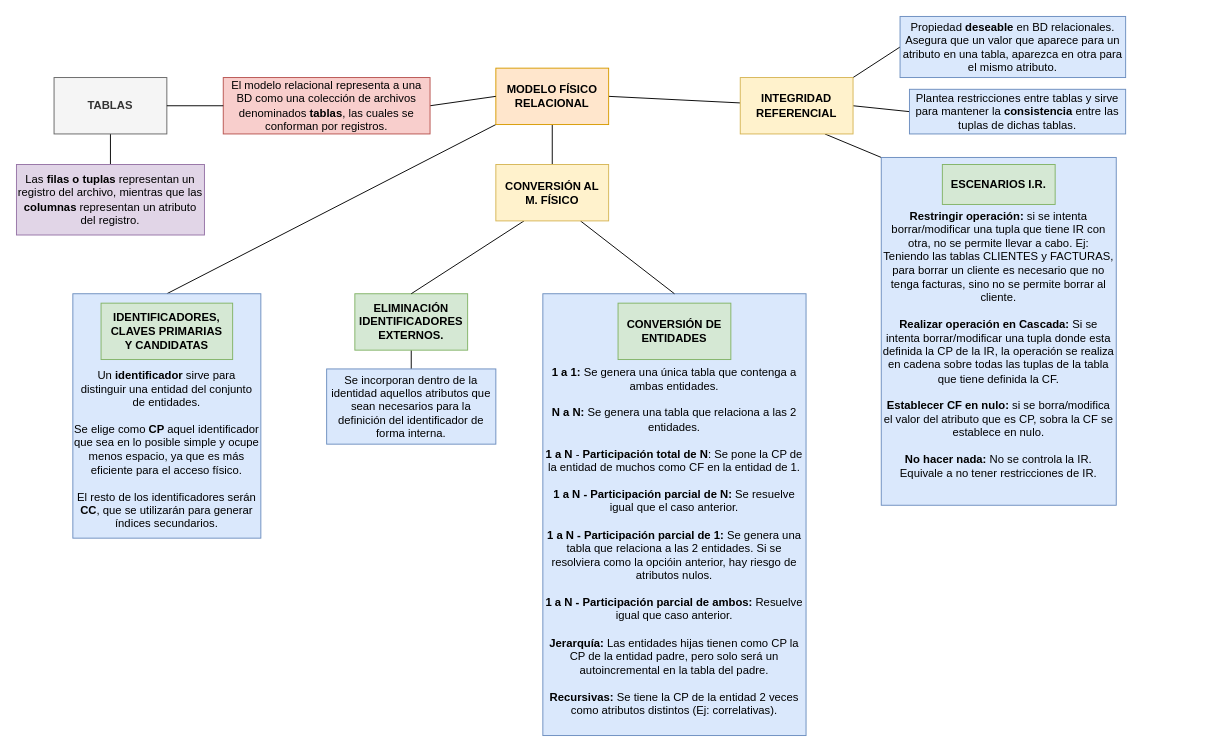
The draw.io diagram page "Modelo Físico" (4 of 8) of Diagrama-resumen.drawio in senras/DBD, before the edit. Source tidied: cells renumbered, new cells numbered last; positions are measured from the earlier drawing's top-left corner, leaving out a move shared by most shapes. Both pictures are drawn from the tidied source at 94%, with x=0, y=0 at pixel (16, 16).
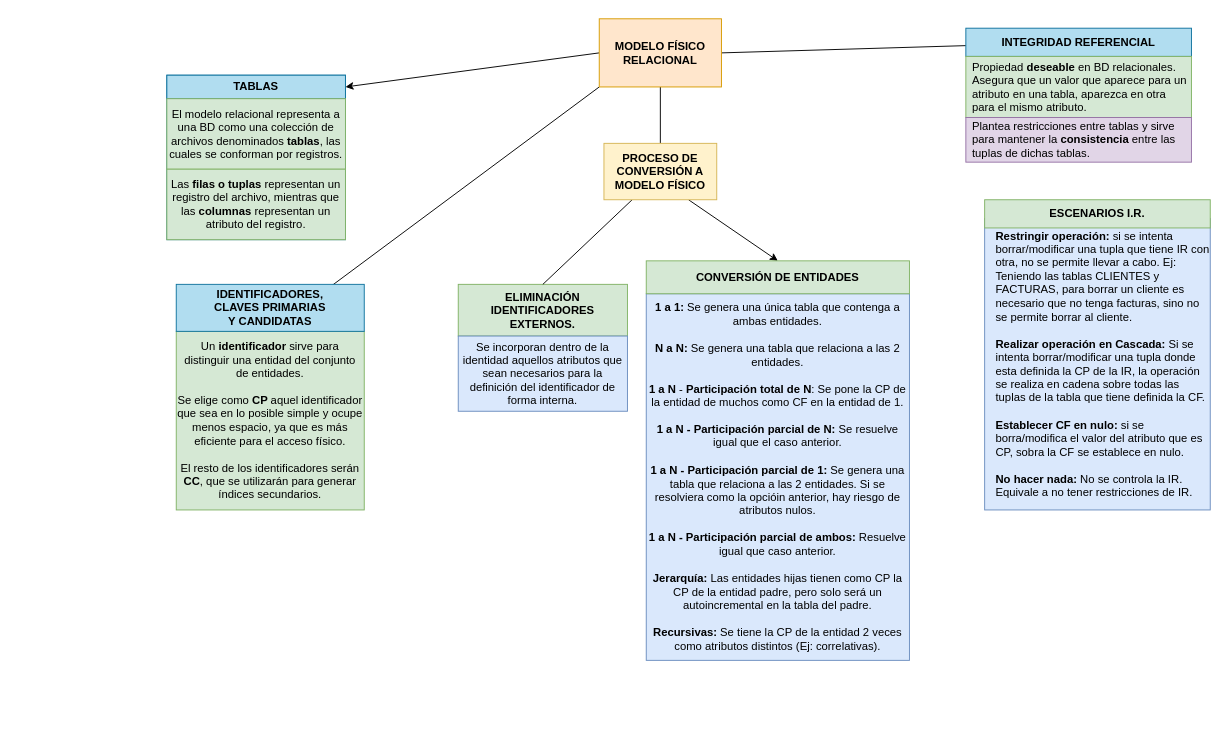
The same page after the edit.

The edit, as a diff of the source:
```diff
@@
-    <mxCell id="2" value="&lt;b&gt;&lt;br&gt;&lt;br&gt;&lt;br&gt;&lt;br&gt;1 a 1: &lt;/b&gt;Se genera una única tabla que contenga a ambas entidades.&lt;br&gt;&lt;br&gt;&lt;b&gt;N a N:&lt;/b&gt;&amp;nbsp;Se genera una tabla que relaciona a las 2 entidades.&lt;br&gt;&lt;br&gt;&lt;b&gt;1 a N &lt;/b&gt;- &lt;b&gt;Participación total de N&lt;/b&gt;: Se pone la CP de la entidad de muchos como CF en la entidad de 1.&lt;br&gt;&lt;br&gt;&lt;b&gt;1 a N - Participación parcial de N:&lt;/b&gt;&amp;nbsp;Se resuelve igual que el caso anterior.&lt;br&gt;&lt;br&gt;&lt;b&gt;1 a N - Participación parcial de 1:&amp;nbsp;&lt;/b&gt;Se genera una tabla que relaciona a las 2 entidades. Si se resolviera como la opcióin anterior, hay riesgo de atributos nulos.&lt;br&gt;&lt;br&gt;&lt;b&gt;1 a N - Participación parcial de ambos: &lt;/b&gt;Resuelve igual que caso anterior.&lt;br&gt;&lt;br&gt;&lt;b&gt;Jerarquía: &lt;/b&gt;Las entidades hijas tienen como CP la CP de la entidad padre, pero solo será un autoincremental en la tabla del padre.&lt;br&gt;&lt;br&gt;&lt;b&gt;Recursivas: &lt;/b&gt;Se tiene la CP de la entidad 2 veces como atributos distintos (Ej: correlativas)." style="rounded=0;whiteSpace=wrap;html=1;fillColor=#dae8fc;strokeColor=#6c8ebf;" parent="1" vertex="1">
-      <mxGeometry x="560" y="295" width="280" height="470" as="geometry" />
+    <mxCell id="2" value="&lt;b&gt;1 a 1: &lt;/b&gt;Se genera una única tabla que contenga a ambas entidades.&lt;br&gt;&lt;br&gt;&lt;b&gt;N a N:&lt;/b&gt;&amp;nbsp;Se genera una tabla que relaciona a las 2 entidades.&lt;br&gt;&lt;br&gt;&lt;b&gt;1 a N &lt;/b&gt;- &lt;b&gt;Participación total de N&lt;/b&gt;: Se pone la CP de la entidad de muchos como CF en la entidad de 1.&lt;br&gt;&lt;br&gt;&lt;b&gt;1 a N - Participación parcial de N:&lt;/b&gt;&amp;nbsp;Se resuelve igual que el caso anterior.&lt;br&gt;&lt;br&gt;&lt;b&gt;1 a N - Participación parcial de 1:&amp;nbsp;&lt;/b&gt;Se genera una tabla que relaciona a las 2 entidades. Si se resolviera como la opcióin anterior, hay riesgo de atributos nulos.&lt;br&gt;&lt;br&gt;&lt;b&gt;1 a N - Participación parcial de ambos: &lt;/b&gt;Resuelve igual que caso anterior.&lt;br&gt;&lt;br&gt;&lt;b&gt;Jerarquía: &lt;/b&gt;Las entidades hijas tienen como CP la CP de la entidad padre, pero solo será un autoincremental en la tabla del padre.&lt;br&gt;&lt;br&gt;&lt;b&gt;Recursivas: &lt;/b&gt;Se tiene la CP de la entidad 2 veces como atributos distintos (Ej: correlativas)." style="rounded=0;whiteSpace=wrap;html=1;fillColor=#dae8fc;strokeColor=#6c8ebf;" parent="1" vertex="1">
+      <mxGeometry x="670" y="295" width="280" height="390" as="geometry" />
     </mxCell>
@@
+    <mxCell id="30" style="rounded=0;jettySize=auto;html=1;exitX=0;exitY=0.5;exitDx=0;exitDy=0;entryX=1;entryY=0.5;entryDx=0;entryDy=0;" parent="1" edge="1" source="6" target="12">
+      <mxGeometry relative="1" as="geometry" />
+    </mxCell>
     <mxCell id="6" value="&lt;b&gt;MODELO FÍSICO RELACIONAL&lt;/b&gt;" style="rounded=0;whiteSpace=wrap;html=1;fillColor=#ffe6cc;strokeColor=#d79b00;" parent="1" vertex="1">
-      <mxGeometry x="510" y="55" width="120" height="60" as="geometry" />
+      <mxGeometry x="620" y="2.5" width="130" height="72.5" as="geometry" />
     </mxCell>
-    <mxCell id="7" style="edgeStyle=none;rounded=0;jettySize=auto;html=1;exitX=0.75;exitY=1;exitDx=0;exitDy=0;entryX=0;entryY=0;entryDx=0;entryDy=0;endArrow=none;endFill=0;" parent="1" edge="1" source="10" target="27">
-      <mxGeometry relative="1" as="geometry" />
-    </mxCell>
-    <mxCell id="8" style="edgeStyle=none;rounded=0;jettySize=auto;html=1;exitX=1;exitY=0;exitDx=0;exitDy=0;entryX=0;entryY=0.5;entryDx=0;entryDy=0;endArrow=none;endFill=0;" parent="1" edge="1" source="10" target="26">
-      <mxGeometry relative="1" as="geometry" />
-    </mxCell>
-    <mxCell id="9" style="edgeStyle=none;rounded=0;jettySize=auto;html=1;exitX=1;exitY=0.5;exitDx=0;exitDy=0;entryX=0;entryY=0.5;entryDx=0;entryDy=0;endArrow=none;endFill=0;" parent="1" edge="1" source="10" target="29">
-      <mxGeometry relative="1" as="geometry" />
-    </mxCell>
-    <mxCell id="10" value="&lt;b&gt;INTEGRIDAD REFERENCIAL&lt;/b&gt;" style="rounded=0;whiteSpace=wrap;html=1;fillColor=#fff2cc;strokeColor=#d6b656;" parent="1" vertex="1">
-      <mxGeometry x="770" y="65" width="120" height="60" as="geometry" />
+    <mxCell id="10" value="&lt;b&gt;INTEGRIDAD REFERENCIAL&lt;/b&gt;" style="rounded=0;whiteSpace=wrap;html=1;fillColor=#b1ddf0;strokeColor=#10739e;" parent="1" vertex="1">
+      <mxGeometry x="1010" y="12.5" width="240" height="30" as="geometry" />
     </mxCell>
-    <mxCell id="11" style="edgeStyle=none;rounded=0;jettySize=auto;html=1;exitX=0.5;exitY=1;exitDx=0;exitDy=0;endArrow=none;endFill=0;entryX=0.5;entryY=0;entryDx=0;entryDy=0;" parent="1" edge="1" source="12" target="18">
-      <mxGeometry relative="1" as="geometry" />
-    </mxCell>
-    <mxCell id="12" value="&lt;b&gt;TABLAS&lt;/b&gt;" style="rounded=0;whiteSpace=wrap;html=1;fillColor=#f5f5f5;strokeColor=#666666;fontColor=#333333;" parent="1" vertex="1">
-      <mxGeometry x="40" y="65" width="120" height="60" as="geometry" />
-    </mxCell>
@@
     <mxCell id="14" value="&lt;b&gt;ELIMINACIÓN&lt;br&gt;IDENTIFICADORES EXTERNOS.&lt;/b&gt;" style="rounded=0;whiteSpace=wrap;html=1;fillColor=#d5e8d4;strokeColor=#82b366;" parent="1" vertex="1">
-      <mxGeometry x="360" y="295" width="120" height="60" as="geometry" />
+      <mxGeometry x="470" y="285" width="180" height="55" as="geometry" />
     </mxCell>
-    <mxCell id="15" style="endArrow=none;html=1;rounded=0;entryX=0;entryY=0.5;entryDx=0;entryDy=0;exitX=1;exitY=0.5;exitDx=0;exitDy=0;startArrow=none;" parent="1" edge="1" source="16" target="6">
-      <mxGeometry relative="1" as="geometry" />
-    </mxCell>
-    <mxCell id="16" value="El modelo relacional representa a una BD como una colección de archivos denominados &lt;b&gt;tablas&lt;/b&gt;, las cuales se conforman por registros." style="text;html=1;strokeColor=#b85450;fillColor=#f8cecc;align=center;verticalAlign=middle;whiteSpace=wrap;rounded=0;" parent="1" vertex="1">
-      <mxGeometry x="220" y="65" width="220" height="60" as="geometry" />
-    </mxCell>
-    <mxCell id="17" style="endArrow=none;html=1;rounded=0;entryX=0;entryY=0.5;entryDx=0;entryDy=0;exitX=1;exitY=0.5;exitDx=0;exitDy=0;" parent="1" edge="1" source="12" target="16">
-      <mxGeometry relative="1" as="geometry" />
-    </mxCell>
-    <mxCell id="18" value="Las &lt;b&gt;filas o tuplas&lt;/b&gt; representan un registro del archivo, mientras que las &lt;b&gt;columnas &lt;/b&gt;representan un atributo del registro." style="text;html=1;strokeColor=#9673a6;fillColor=#e1d5e7;align=center;verticalAlign=middle;whiteSpace=wrap;rounded=0;" parent="1" vertex="1">
-      <mxGeometry y="157.5" width="200" height="75" as="geometry" />
-    </mxCell>
     <mxCell id="19" value="Se incorporan dentro de la identidad aquellos atributos que sean necesarios para la definición del identificador de forma interna." style="text;html=1;strokeColor=#6c8ebf;fillColor=#dae8fc;align=center;verticalAlign=middle;whiteSpace=wrap;rounded=0;" parent="1" vertex="1">
-      <mxGeometry x="330" y="375" width="180" height="80" as="geometry" />
+      <mxGeometry x="470" y="340" width="180" height="80" as="geometry" />
     </mxCell>
@@
-    <mxCell id="21" style="edgeStyle=none;rounded=0;jettySize=auto;html=1;exitX=0.75;exitY=1;exitDx=0;exitDy=0;entryX=0.5;entryY=0;entryDx=0;entryDy=0;endArrow=none;endFill=0;" parent="1" edge="1" source="22" target="2">
-      <mxGeometry relative="1" as="geometry" />
-    </mxCell>
+    <mxCell id="31" style="edgeStyle=none;rounded=0;jettySize=auto;html=1;exitX=0.75;exitY=1;exitDx=0;exitDy=0;entryX=0.5;entryY=0;entryDx=0;entryDy=0;" parent="1" edge="1" source="22" target="25">
+      <mxGeometry relative="1" as="geometry" />
+    </mxCell>
-    <mxCell id="22" value="&lt;b&gt;CONVERSIÓN AL &lt;br&gt;M. FÍSICO&lt;/b&gt;" style="rounded=0;whiteSpace=wrap;html=1;fillColor=#fff2cc;strokeColor=#d6b656;" parent="1" vertex="1">
-      <mxGeometry x="510" y="157.5" width="120" height="60" as="geometry" />
+    <mxCell id="22" value="&lt;b&gt;PROCESO DE CONVERSIÓN A&lt;br&gt;MODELO FÍSICO&lt;/b&gt;" style="rounded=0;whiteSpace=wrap;html=1;fillColor=#fff2cc;strokeColor=#d6b656;" parent="1" vertex="1">
+      <mxGeometry x="625" y="135" width="120" height="60" as="geometry" />
     </mxCell>
-    <mxCell id="23" value="&lt;br&gt;&lt;br&gt;&lt;br&gt;&lt;br&gt;&lt;br&gt;Un &lt;b&gt;identificador &lt;/b&gt;sirve para distinguir una entidad del conjunto de entidades.&lt;br&gt;&lt;br&gt;Se elige como &lt;b&gt;CP &lt;/b&gt;aquel identificador que sea en lo posible simple y ocupe menos espacio, ya que es más eficiente para el acceso físico.&lt;br&gt;&lt;br&gt;El resto de los identificadores serán &lt;b&gt;CC&lt;/b&gt;, que se utilizarán para generar índices secundarios." style="text;html=1;strokeColor=#6c8ebf;fillColor=#dae8fc;align=center;verticalAlign=middle;whiteSpace=wrap;rounded=0;" parent="1" vertex="1">
-      <mxGeometry x="60" y="295" width="200" height="260" as="geometry" />
+    <mxCell id="23" value="Un &lt;b&gt;identificador &lt;/b&gt;sirve para distinguir una entidad del conjunto de entidades.&lt;br&gt;&lt;br&gt;Se elige como &lt;b&gt;CP &lt;/b&gt;aquel identificador que sea en lo posible simple y ocupe menos espacio, ya que es más eficiente para el acceso físico.&lt;br&gt;&lt;br&gt;El resto de los identificadores serán &lt;b&gt;CC&lt;/b&gt;, que se utilizarán para generar índices secundarios." style="text;html=1;strokeColor=#82b366;fillColor=#d5e8d4;align=center;verticalAlign=middle;whiteSpace=wrap;rounded=0;" parent="1" vertex="1">
+      <mxGeometry x="170" y="335" width="200" height="190" as="geometry" />
     </mxCell>
-    <mxCell id="24" value="&lt;b&gt;IDENTIFICADORES,&lt;br&gt;CLAVES PRIMARIAS &lt;br&gt;Y CANDIDATAS&lt;/b&gt;" style="text;html=1;strokeColor=#82b366;fillColor=#d5e8d4;align=center;verticalAlign=middle;whiteSpace=wrap;rounded=0;" parent="1" vertex="1">
-      <mxGeometry x="90" y="305" width="140" height="60" as="geometry" />
+    <mxCell id="24" value="&lt;b&gt;IDENTIFICADORES,&lt;br&gt;CLAVES PRIMARIAS &lt;br&gt;Y CANDIDATAS&lt;/b&gt;" style="text;html=1;strokeColor=#10739e;fillColor=#b1ddf0;align=center;verticalAlign=middle;whiteSpace=wrap;rounded=0;" parent="1" vertex="1">
+      <mxGeometry x="170" y="285" width="200" height="50" as="geometry" />
     </mxCell>
     <mxCell id="25" value="&lt;b&gt;CONVERSIÓN DE ENTIDADES&lt;/b&gt;" style="rounded=0;whiteSpace=wrap;html=1;fillColor=#d5e8d4;strokeColor=#82b366;" parent="1" vertex="1">
-      <mxGeometry x="640" y="305" width="120" height="60" as="geometry" />
+      <mxGeometry x="670" y="260" width="280" height="35" as="geometry" />
     </mxCell>
-    <mxCell id="26" value="Propiedad &lt;b&gt;deseable&lt;/b&gt;&amp;nbsp;en BD relacionales. Asegura que un valor que aparece para un atributo en una tabla, aparezca en otra para el mismo atributo." style="text;html=1;strokeColor=#6c8ebf;fillColor=#dae8fc;align=center;verticalAlign=middle;whiteSpace=wrap;rounded=0;" parent="1" vertex="1">
-      <mxGeometry x="940" width="240" height="65" as="geometry" />
+    <mxCell id="26" value="Propiedad &lt;b&gt;deseable&lt;/b&gt;&amp;nbsp;en BD relacionales. Asegura que un valor que aparece para un atributo en una tabla, aparezca en otra para el mismo atributo." style="text;html=1;strokeColor=#82b366;fillColor=#d5e8d4;align=left;verticalAlign=middle;whiteSpace=wrap;rounded=0;spacingLeft=5;" parent="1" vertex="1">
+      <mxGeometry x="1010" y="42.5" width="240" height="65" as="geometry" />
     </mxCell>
-    <mxCell id="27" value="&lt;br&gt;&lt;br&gt;&lt;b&gt;Restringir operación: &lt;/b&gt;si se intenta borrar/modificar una tupla que tiene IR con otra, no se permite llevar a cabo. Ej:&lt;br&gt;Teniendo las tablas CLIENTES y FACTURAS, para borrar un cliente es necesario que no tenga facturas, sino no se permite borrar al cliente.&lt;br&gt;&lt;br&gt;&lt;b&gt;Realizar operación en Cascada: &lt;/b&gt;Si se intenta borrar/modificar una tupla donde esta definida la CP de la IR, la operación se realiza en cadena sobre todas las tuplas de la tabla que tiene definida la CF.&lt;br&gt;&lt;br&gt;&lt;b&gt;Establecer CF en nulo:&lt;/b&gt;&amp;nbsp;si se borra/modifica el valor del atributo que es CP, sobra la CF se establece en nulo.&lt;br&gt;&lt;br&gt;&lt;b&gt;No hacer nada: &lt;/b&gt;No se controla la IR. Equivale a no tener restricciones de IR." style="rounded=0;whiteSpace=wrap;html=1;fillColor=#dae8fc;strokeColor=#6c8ebf;" parent="1" vertex="1">
-      <mxGeometry x="920" y="150" width="250" height="370" as="geometry" />
+    <mxCell id="27" value="&lt;b&gt;Restringir operación: &lt;/b&gt;si se intenta borrar/modificar una tupla que tiene IR con otra, no se permite llevar a cabo. Ej:&lt;br&gt;Teniendo las tablas CLIENTES y FACTURAS, para borrar un cliente es necesario que no tenga facturas, sino no se permite borrar al cliente.&lt;br&gt;&lt;br&gt;&lt;b&gt;Realizar operación en Cascada: &lt;/b&gt;Si se intenta borrar/modificar una tupla donde esta definida la CP de la IR, la operación se realiza en cadena sobre todas las tuplas de la tabla que tiene definida la CF.&lt;br&gt;&lt;br&gt;&lt;b&gt;Establecer CF en nulo:&lt;/b&gt;&amp;nbsp;si se borra/modifica el valor del atributo que es CP, sobra la CF se establece en nulo.&lt;br&gt;&lt;br&gt;&lt;b&gt;No hacer nada: &lt;/b&gt;No se controla la IR. Equivale a no tener restricciones de IR." style="rounded=0;whiteSpace=wrap;html=1;fillColor=#dae8fc;strokeColor=#6c8ebf;align=left;spacingLeft=10;" parent="1" vertex="1">
+      <mxGeometry x="1030" y="215" width="240" height="310" as="geometry" />
     </mxCell>
     <mxCell id="28" value="&lt;b&gt;ESCENARIOS I.R.&lt;/b&gt;" style="rounded=0;whiteSpace=wrap;html=1;fillColor=#d5e8d4;strokeColor=#82b366;" parent="1" vertex="1">
-      <mxGeometry x="985" y="157.5" width="120" height="42.5" as="geometry" />
+      <mxGeometry x="1030" y="195" width="240" height="30" as="geometry" />
     </mxCell>
-    <mxCell id="29" value="Plantea restricciones entre tablas y sirve para mantener la&amp;nbsp;&lt;b&gt;consistencia&amp;nbsp;&lt;/b&gt;entre las tuplas de dichas tablas." style="text;html=1;strokeColor=#6c8ebf;fillColor=#dae8fc;align=center;verticalAlign=middle;whiteSpace=wrap;rounded=0;" parent="1" vertex="1">
-      <mxGeometry x="950" y="77.5" width="230" height="47.5" as="geometry" />
+    <mxCell id="29" value="Plantea restricciones entre tablas y sirve para mantener la&amp;nbsp;&lt;b&gt;consistencia&amp;nbsp;&lt;/b&gt;entre las tuplas de dichas tablas." style="text;html=1;strokeColor=#9673a6;fillColor=#e1d5e7;align=left;verticalAlign=middle;whiteSpace=wrap;rounded=0;spacingLeft=5;" parent="1" vertex="1">
+      <mxGeometry x="1010" y="107.5" width="240" height="47.5" as="geometry" />
     </mxCell>
+    <mxCell id="32" style="group;fillColor=#b1ddf0;strokeColor=#10739e;" parent="1" vertex="1">
+      <mxGeometry x="160" y="62.5" width="190" height="175" as="geometry" />
+    </mxCell>
+    <mxCell id="12" value="&lt;b&gt;TABLAS&lt;/b&gt;" style="rounded=0;whiteSpace=wrap;html=1;fillColor=#b1ddf0;strokeColor=#10739e;" parent="32" vertex="1">
+      <mxGeometry width="190" height="25" as="geometry" />
+    </mxCell>
+    <mxCell id="16" value="El modelo relacional representa a una BD como una colección de archivos denominados &lt;b&gt;tablas&lt;/b&gt;, las cuales se conforman por registros." style="text;html=1;strokeColor=#82b366;fillColor=#d5e8d4;align=center;verticalAlign=middle;whiteSpace=wrap;rounded=0;" parent="32" vertex="1">
+      <mxGeometry y="25" width="190" height="75" as="geometry" />
+    </mxCell>
+    <mxCell id="18" value="Las &lt;b&gt;filas o tuplas&lt;/b&gt; representan un registro del archivo, mientras que las &lt;b&gt;columnas &lt;/b&gt;representan un atributo del registro." style="text;html=1;strokeColor=#82b366;fillColor=#d5e8d4;align=center;verticalAlign=middle;whiteSpace=wrap;rounded=0;" parent="32" vertex="1">
+      <mxGeometry y="100" width="190" height="75" as="geometry" />
+    </mxCell>
```
